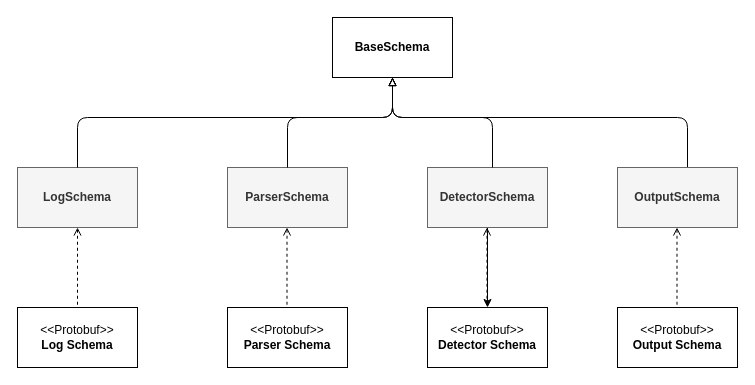
ait-detectmate/DetectMateLibrary keeps this draw.io diagram as page "schema_uml" (1 of 3) of docs/diagrams.drawio. Above is the earlier version. Source tidied: cells renumbered, new cells numbered last; positions are measured from the earlier drawing's top-left corner, leaving out a move shared by most shapes. Both pictures are drawn from the tidied source at 100%, with x=0, y=0 at pixel (17, 17).
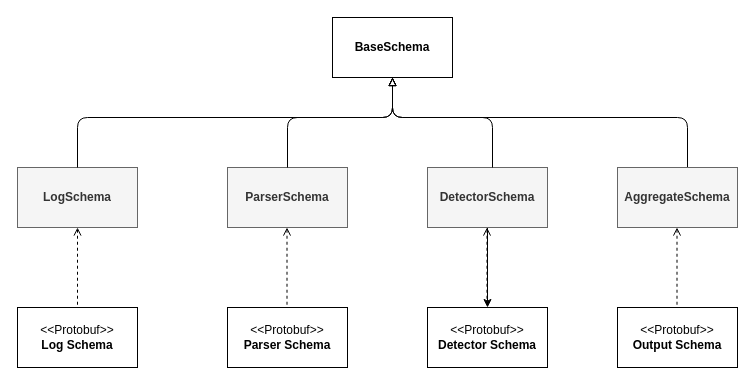
Above is the later version.

Diff of the diagram source:
```diff
@@
-    <mxCell id="15" value="&lt;b&gt;OutputSchema&lt;/b&gt;" style="rounded=0;whiteSpace=wrap;html=1;fillColor=#f5f5f5;fontColor=#333333;strokeColor=#666666;" parent="1" vertex="1">
+    <mxCell id="15" value="&lt;b&gt;AggregateSchema&lt;/b&gt;" style="rounded=0;whiteSpace=wrap;html=1;fillColor=#f5f5f5;fontColor=#333333;strokeColor=#666666;" parent="1" vertex="1">
       <mxGeometry x="600" y="150" width="120" height="60" as="geometry" />
     </mxCell>
```
